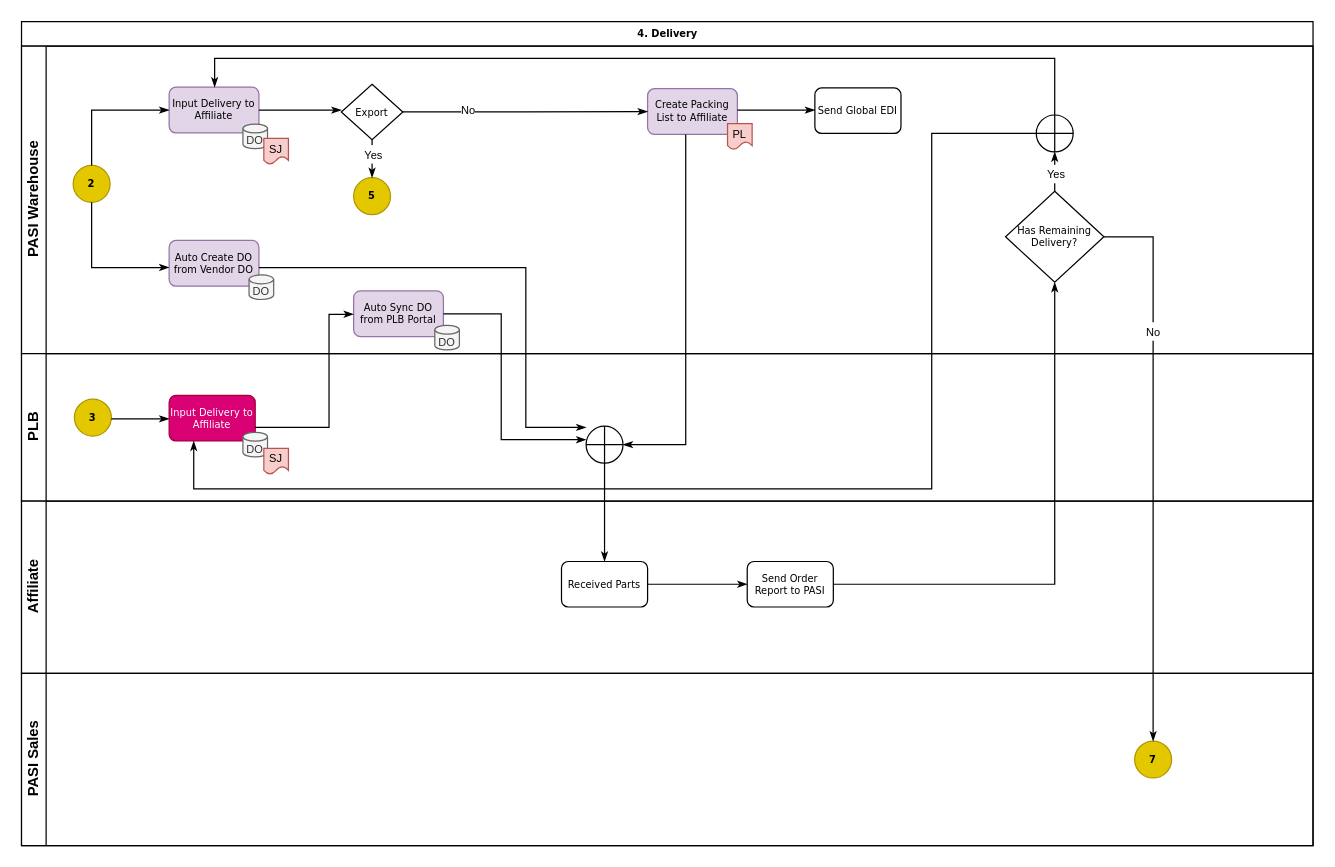
The draw.io diagram page "4. Delivery" (5 of 8) of PASI - PPS.drawio in hendrasaputra0501/pasi-bpa, before the edit. Source tidied: cells renumbered, new cells numbered last; positions are measured from the earlier drawing's top-left corner, leaving out a move shared by most shapes. Both pictures are drawn from the tidied source at 123%, with x=0, y=0 at pixel (21, 21).
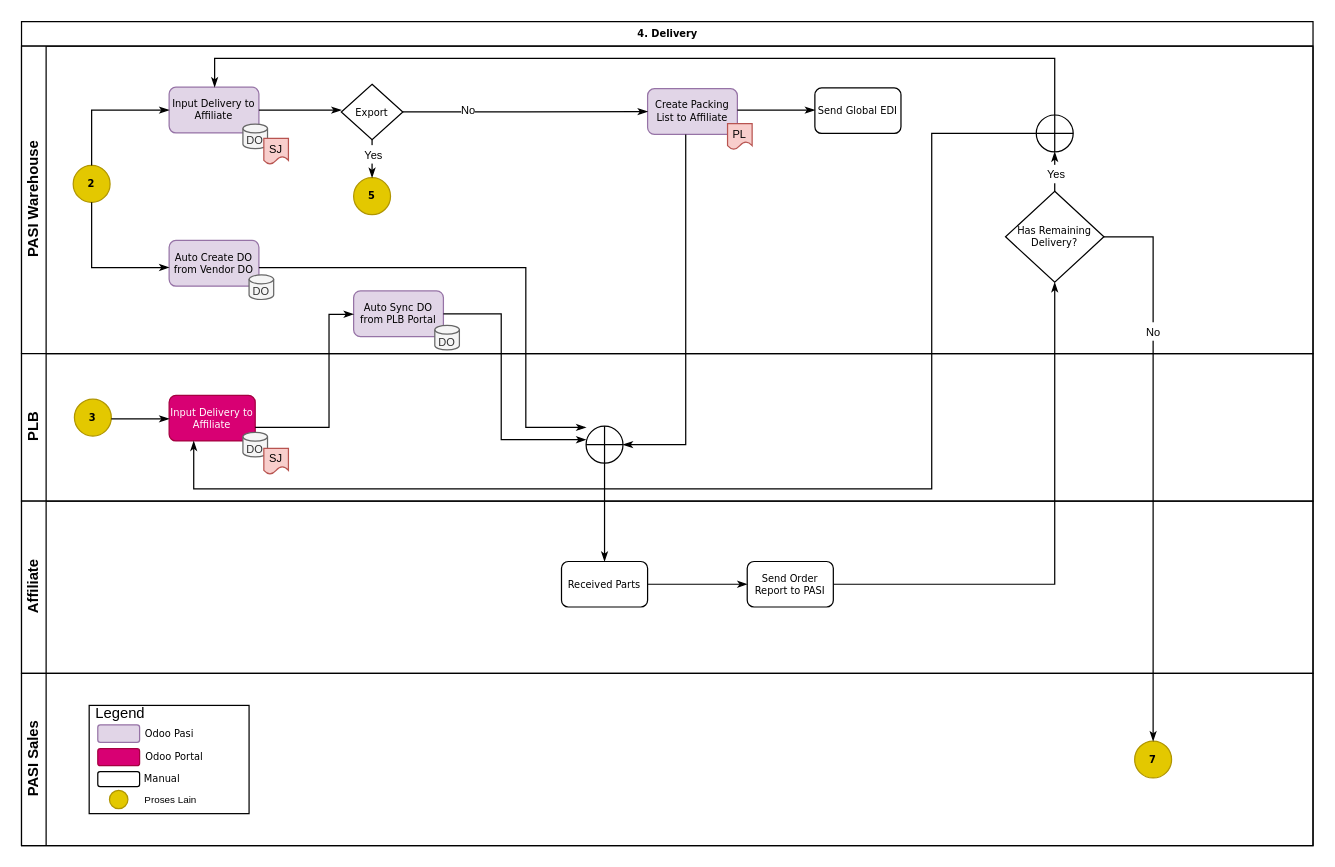
After the change.

Unchanged cells that the change refers to:
```xml
<mxCell id="48" value="PASI Sales" style="swimlane;html=1;startSize=20;horizontal=0;" parent="2" vertex="1">
  <mxGeometry y="530" width="1050" height="140" as="geometry" />
</mxCell>
```

The edit, as a diff of the source:
```diff
@@
+    <mxCell id="52" style="group;" parent="48" vertex="1">
+      <mxGeometry x="55" y="26" width="130" height="88" as="geometry" />
+    </mxCell>
+    <mxCell id="53" value="Legend" style="rounded=0;html=1;spacingLeft=-80;spacingTop=-75;" parent="52" vertex="1">
+      <mxGeometry width="130" height="88" as="geometry" />
+    </mxCell>
+    <mxCell id="54" value="Odoo Pasi" style="rounded=1;html=1;shadow=0;labelBackgroundColor=none;strokeWidth=1;fontFamily=Verdana;fontSize=8;align=center;strokeColor=#9673a6;verticalAlign=middle;fontColor=default;fillColor=#e1d5e7;spacingLeft=82;" parent="52" vertex="1">
+      <mxGeometry x="7" y="15.8" width="34" height="14.2" as="geometry" />
+    </mxCell>
+    <mxCell id="55" value="Odoo Portal" style="rounded=1;html=1;shadow=0;labelBackgroundColor=none;strokeWidth=1;fontFamily=Verdana;fontSize=8;align=center;fillColor=#d80073;fontColor=#000000;strokeColor=#A50040;spacingLeft=90;" parent="52" vertex="1">
+      <mxGeometry x="7" y="35.2" width="34" height="13.8" as="geometry" />
+    </mxCell>
+    <mxCell id="56" value="Manual" style="rounded=1;html=1;shadow=0;labelBackgroundColor=none;strokeWidth=1;fontFamily=Verdana;fontSize=8;align=center;spacingLeft=70;" parent="52" vertex="1">
+      <mxGeometry x="7" y="53.8" width="34" height="12.2" as="geometry" />
+    </mxCell>
+    <mxCell id="57" value="Proses Lain" style="ellipse;html=1;strokeColor=#B09500;align=center;verticalAlign=middle;fontFamily=Helvetica;fontSize=8;fontColor=#000000;fillColor=#e3c800;spacingLeft=84;" parent="52" vertex="1">
+      <mxGeometry x="16.5" y="69" width="15" height="15" as="geometry" />
+    </mxCell>
```
